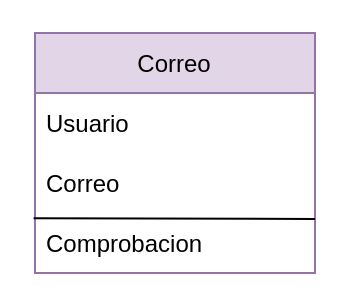
This is UML.drawio from Germiprogramer/EXCEPCIONES, a draw.io file, before an edit. Source tidied: cells renumbered, new cells numbered last; positions are measured from the earlier drawing's top-left corner, leaving out a move shared by most shapes. Both pictures are drawn from the tidied source at 200%, with x=0, y=0 at pixel (34, 32).
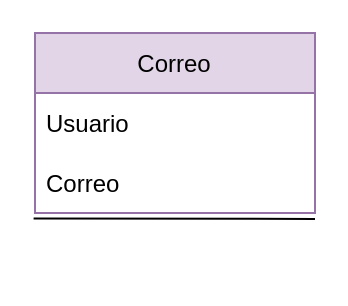
The same page after the edit.

The edit, as a diff of the source:
```diff
@@
 <mxGraphModel>
   <root>
     <mxCell id="0" />
     <mxCell id="1" parent="0" />
     <mxCell id="2" value="Correo" style="swimlane;fontStyle=0;horizontal=1;startSize=30;fillColor=#e1d5e7;strokeColor=#9673a6;" parent="1" vertex="1">
-      <mxGeometry width="140" height="120" as="geometry" />
+      <mxGeometry width="140" height="90" as="geometry" />
     </mxCell>
     <mxCell id="3" value="Usuario" style="text;strokeColor=none;fillColor=none;align=left;verticalAlign=middle;spacingLeft=4;spacingRight=4;overflow=hidden;" parent="2" vertex="1">
       <mxGeometry y="30" width="140" height="30" as="geometry" />
     </mxCell>
     <mxCell id="4" value="Correo" style="text;strokeColor=none;fillColor=none;align=left;verticalAlign=middle;spacingLeft=4;spacingRight=4;overflow=hidden;" parent="2" vertex="1">
       <mxGeometry y="60" width="140" height="30" as="geometry" />
     </mxCell>
-    <mxCell id="5" value="Comprobacion" style="text;strokeColor=none;fillColor=none;align=left;verticalAlign=middle;spacingLeft=4;spacingRight=4;overflow=hidden;points=[[0,0.5],[1,0.5]];portConstraint=eastwest;" parent="2" vertex="1">
-      <mxGeometry y="90" width="140" height="30" as="geometry" />
-    </mxCell>
-    <mxCell id="6" style="endArrow=none;html=1;exitX=-0.005;exitY=0.089;exitDx=0;exitDy=0;exitPerimeter=0;" parent="2" edge="1" source="5">
+    <mxCell id="6" style="endArrow=none;html=1;exitX=-0.005;exitY=0.089;exitDx=0;exitDy=0;exitPerimeter=0;" parent="2" edge="1">
       <mxGeometry relative="1" as="geometry">
+        <mxPoint x="-0.7" y="92.7" as="sourcePoint" />
         <mxPoint x="140" y="93" as="targetPoint" />
       </mxGeometry>
     </mxCell>
   </root>
 </mxGraphModel>
```
